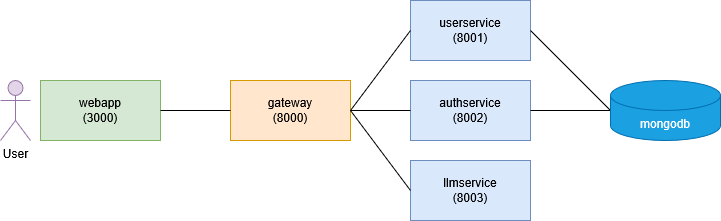
Before: docs/images/07_deployment_view.png, a diagram exported from draw.io (Arquisoft/wichat_en2a). Source tidied: cells renumbered, new cells last; positions are measured from the earlier drawing's top-left corner, leaving out a move shared by most shapes. Source of this version:
```xml
<mxGraphModel>
  <root>
    <mxCell id="0" />
    <mxCell id="1" parent="0" />
    <mxCell id="2" value="&lt;div&gt;webapp&lt;br&gt;(3000)&lt;/div&gt;" style="rounded=0;whiteSpace=wrap;html=1;fillColor=#d5e8d4;strokeColor=#82b366;" parent="1" vertex="1">
      <mxGeometry x="40" y="80" width="120" height="60" as="geometry" />
    </mxCell>
    <mxCell id="3" value="gateway&lt;br&gt;(8000)" style="rounded=0;whiteSpace=wrap;html=1;fillColor=#ffe6cc;strokeColor=#d79b00;" parent="1" vertex="1">
      <mxGeometry x="230" y="80" width="120" height="60" as="geometry" />
    </mxCell>
    <mxCell id="4" value="&lt;div&gt;authservice&lt;/div&gt;&lt;div&gt;(8002)&lt;/div&gt;" style="rounded=0;whiteSpace=wrap;html=1;fillColor=#dae8fc;strokeColor=#6c8ebf;" parent="1" vertex="1">
      <mxGeometry x="410" y="80" width="120" height="60" as="geometry" />
    </mxCell>
    <mxCell id="5" value="userservice&lt;br&gt;(8001)" style="rounded=0;whiteSpace=wrap;html=1;fillColor=#dae8fc;strokeColor=#6c8ebf;" parent="1" vertex="1">
      <mxGeometry x="410" width="120" height="60" as="geometry" />
    </mxCell>
    <mxCell id="6" value="llmservice&lt;br&gt;(8003)" style="rounded=0;whiteSpace=wrap;html=1;fillColor=#dae8fc;strokeColor=#6c8ebf;" parent="1" vertex="1">
      <mxGeometry x="410" y="160" width="120" height="60" as="geometry" />
    </mxCell>
    <mxCell id="7" style="endArrow=none;html=1;rounded=0;exitX=1;exitY=0.5;exitDx=0;exitDy=0;entryX=0;entryY=0.5;entryDx=0;entryDy=0;" parent="1" edge="1" source="2" target="3">
      <mxGeometry relative="1" as="geometry" />
    </mxCell>
    <mxCell id="8" style="endArrow=none;html=1;rounded=0;exitX=1;exitY=0.5;exitDx=0;exitDy=0;entryX=0;entryY=0.5;entryDx=0;entryDy=0;" parent="1" edge="1" source="3" target="4">
      <mxGeometry relative="1" as="geometry" />
    </mxCell>
    <mxCell id="9" style="endArrow=none;html=1;rounded=0;exitX=1;exitY=0.5;exitDx=0;exitDy=0;entryX=0;entryY=0.5;entryDx=0;entryDy=0;" parent="1" edge="1" source="3" target="5">
      <mxGeometry relative="1" as="geometry" />
    </mxCell>
    <mxCell id="10" style="endArrow=none;html=1;rounded=0;exitX=1;exitY=0.5;exitDx=0;exitDy=0;entryX=0;entryY=0.5;entryDx=0;entryDy=0;" parent="1" edge="1" source="3" target="6">
      <mxGeometry relative="1" as="geometry" />
    </mxCell>
    <mxCell id="11" style="endArrow=none;html=1;rounded=0;exitX=1;exitY=0.5;exitDx=0;exitDy=0;entryX=0;entryY=0.5;entryDx=0;entryDy=0;" parent="1" edge="1" source="5">
      <mxGeometry relative="1" as="geometry">
        <mxPoint x="610" y="110" as="targetPoint" />
      </mxGeometry>
    </mxCell>
    <mxCell id="12" style="endArrow=none;html=1;rounded=0;exitX=1;exitY=0.5;exitDx=0;exitDy=0;entryX=0;entryY=0.5;entryDx=0;entryDy=0;" parent="1" edge="1" source="4">
      <mxGeometry relative="1" as="geometry">
        <mxPoint x="610" y="110" as="targetPoint" />
      </mxGeometry>
    </mxCell>
    <mxCell id="13" value="mongodb" style="shape=cylinder3;whiteSpace=wrap;html=1;boundedLbl=1;backgroundOutline=1;size=15;fillColor=#1ba1e2;fontColor=#ffffff;strokeColor=#006EAF;" parent="1" vertex="1">
      <mxGeometry x="610" y="80" width="110" height="60" as="geometry" />
    </mxCell>
    <mxCell id="14" value="User" style="shape=umlActor;verticalLabelPosition=bottom;verticalAlign=top;html=1;fillColor=#e1d5e7;strokeColor=#9673a6;" parent="1" vertex="1">
      <mxGeometry y="80" width="30" height="60" as="geometry" />
    </mxCell>
  </root>
</mxGraphModel>
```
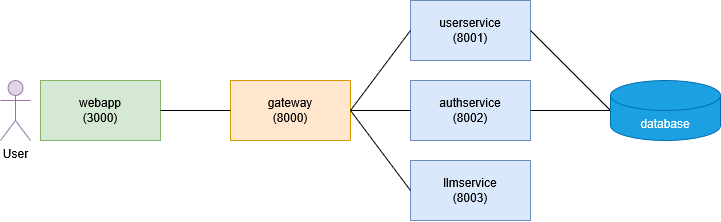
The same diagram one commit later.

Commit message:
Fixed a few things with the documentation of the deployment view

What changed in the source:
```diff
@@ -39,7 +39,7 @@
         <mxPoint x="610" y="110" as="targetPoint" />
       </mxGeometry>
     </mxCell>
-    <mxCell id="13" value="mongodb" style="shape=cylinder3;whiteSpace=wrap;html=1;boundedLbl=1;backgroundOutline=1;size=15;fillColor=#1ba1e2;fontColor=#ffffff;strokeColor=#006EAF;" parent="1" vertex="1">
+    <mxCell id="13" value="database" style="shape=cylinder3;whiteSpace=wrap;html=1;boundedLbl=1;backgroundOutline=1;size=15;fillColor=#1ba1e2;fontColor=#ffffff;strokeColor=#006EAF;" parent="1" vertex="1">
       <mxGeometry x="610" y="80" width="110" height="60" as="geometry" />
     </mxCell>
     <mxCell id="14" value="User" style="shape=umlActor;verticalLabelPosition=bottom;verticalAlign=top;html=1;fillColor=#e1d5e7;strokeColor=#9673a6;" parent="1" vertex="1">
```
